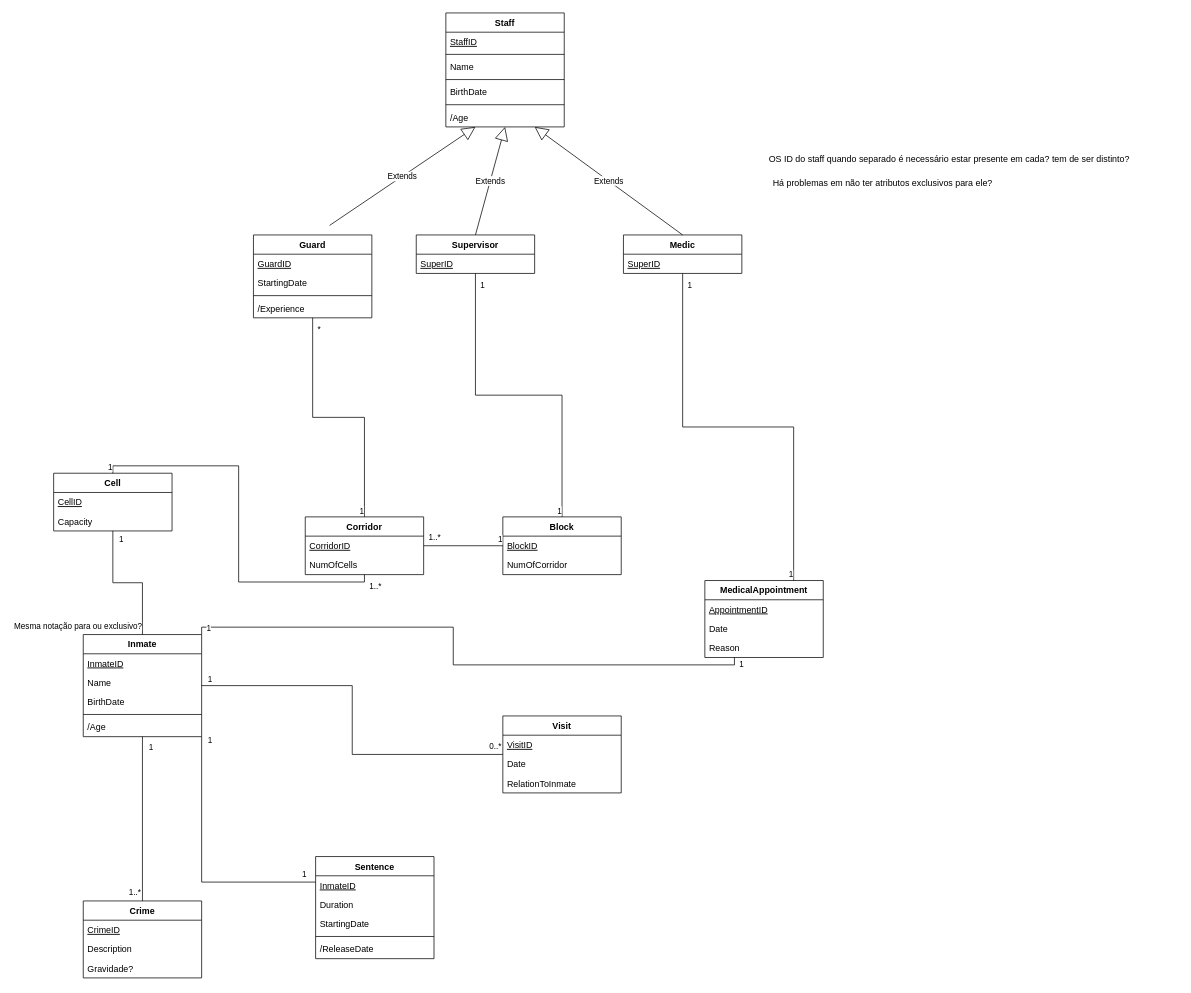
The draw.io diagram Untitled Diagram.drawio in up201706117/BD_PrisonProject, before the edit. Source tidied: cells renumbered, new cells numbered last; positions are measured from the earlier drawing's top-left corner, leaving out a move shared by most shapes. Both pictures are drawn from the tidied source at 74%, with x=0, y=0 at pixel (53, 13).
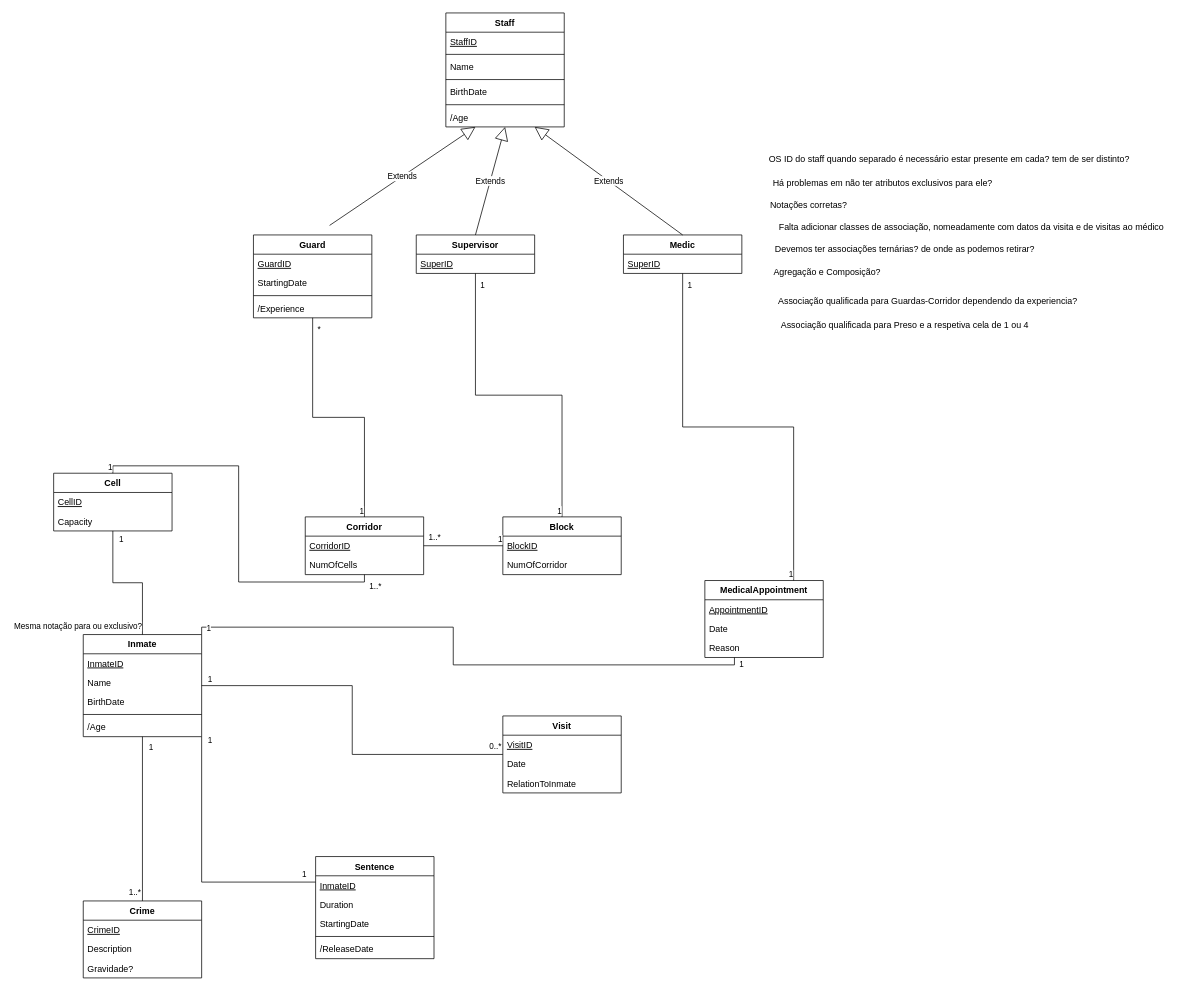
After the change.

Commit message:
Mais questões para colocar na aula

What changed in the source:
```diff
@@
+    <mxCell id="87" value="Notações corretas?" style="text;html=1;align=center;verticalAlign=middle;strokeColor=none;fillColor=none;" parent="1" vertex="1">
+      <mxGeometry x="960" y="250" width="120" height="20" as="geometry" />
+    </mxCell>
+    <mxCell id="88" value="Devemos ter associações ternárias? de onde as podemos retirar?" style="text;html=1;align=center;verticalAlign=middle;strokeColor=none;fillColor=none;" parent="1" vertex="1">
+      <mxGeometry x="960" y="310" width="380" height="20" as="geometry" />
+    </mxCell>
+    <mxCell id="89" value="Falta adicionar classes de associação, nomeadamente com datos da visita e de visitas ao médico" style="text;html=1;align=center;verticalAlign=middle;strokeColor=none;fillColor=none;" parent="1" vertex="1">
+      <mxGeometry x="960" y="280" width="560" height="20" as="geometry" />
+    </mxCell>
+    <mxCell id="90" value="Agregação e Composição?" style="text;html=1;align=center;verticalAlign=middle;strokeColor=none;fillColor=none;" parent="1" vertex="1">
+      <mxGeometry x="960" y="340" width="170" height="20" as="geometry" />
+    </mxCell>
+    <mxCell id="91" value="Associação qualificada para Guardas-Corridor dependendo da experiencia?" style="text;html=1;align=center;verticalAlign=middle;strokeColor=none;fillColor=none;" parent="1" vertex="1">
+      <mxGeometry x="966" y="380" width="430" height="20" as="geometry" />
+    </mxCell>
+    <mxCell id="92" value="Associação qualificada para Preso e a respetiva cela de 1 ou 4" style="text;html=1;align=center;verticalAlign=middle;strokeColor=none;fillColor=none;" parent="1" vertex="1">
+      <mxGeometry x="970" y="412" width="360" height="20" as="geometry" />
+    </mxCell>
```
